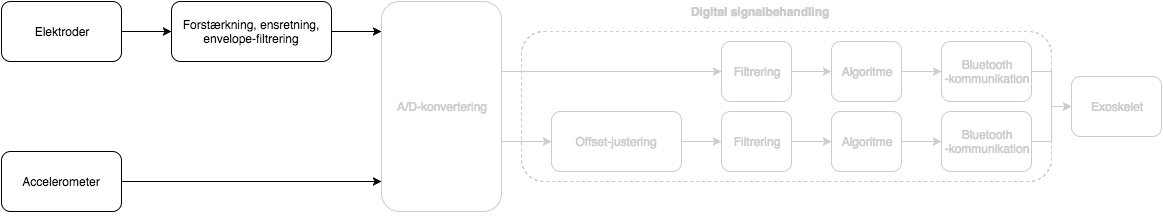
The draw.io diagram figures/implementering/Blokdiagram_analog.png in mariakroustrup/ST4, before a commit. Source tidied: cells renumbered, new cells last; positions are measured from the earlier drawing's top-left corner, leaving out a move shared by most shapes.
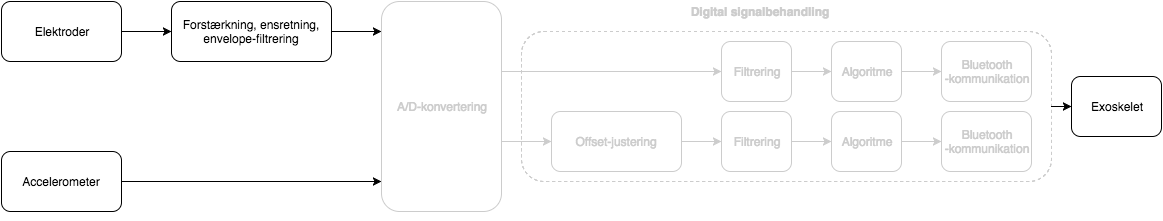
After the commit.

What changed in the source:
```diff
@@ -72,13 +72,15 @@
     <mxCell id="20" value="&lt;span&gt;&lt;font color=&quot;#cccccc&quot;&gt;Algoritme&lt;/font&gt;&lt;/span&gt;" style="rounded=1;whiteSpace=wrap;html=1;strokeColor=#CCCCCC;" parent="1" vertex="1">
       <mxGeometry x="830" y="110" width="70" height="60" as="geometry" />
     </mxCell>
-    <mxCell id="21" style="edgeStyle=orthogonalEdgeStyle;rounded=0;html=1;exitX=1;exitY=0.5;entryX=0;entryY=0.5;jettySize=auto;strokeColor=#CCCCCC;" parent="1" edge="1" source="22" target="23">
-      <mxGeometry relative="1" as="geometry" />
+    <mxCell id="21" style="edgeStyle=orthogonalEdgeStyle;rounded=0;html=1;entryX=0;entryY=0.5;jettySize=auto;strokeColor=#CCCCCC;" parent="1" edge="1" target="23">
+      <mxGeometry relative="1" as="geometry">
+        <mxPoint x="1050" y="105" as="sourcePoint" />
+      </mxGeometry>
     </mxCell>
     <mxCell id="22" value="&lt;font color=&quot;#cccccc&quot;&gt;&lt;span&gt;Bluetooth&lt;/span&gt;&lt;br&gt;&lt;span&gt;-kommunikation&lt;/span&gt;&lt;/font&gt;" style="rounded=1;whiteSpace=wrap;html=1;strokeColor=#CCCCCC;" parent="1" vertex="1">
       <mxGeometry x="940" y="110" width="90" height="60" as="geometry" />
     </mxCell>
-    <mxCell id="23" value="&lt;font color=&quot;#cccccc&quot;&gt;Exoskelet&lt;/font&gt;" style="rounded=1;whiteSpace=wrap;html=1;strokeColor=#CCCCCC;" parent="1" vertex="1">
+    <mxCell id="23" value="Exoskelet" style="rounded=1;whiteSpace=wrap;html=1;strokeColor=#000000;" parent="1" vertex="1">
       <mxGeometry x="1070" y="75" width="90" height="60" as="geometry" />
     </mxCell>
     <mxCell id="24" style="edgeStyle=orthogonalEdgeStyle;rounded=0;html=1;exitX=1;exitY=0.5;entryX=0;entryY=0.5;jettySize=auto;strokeColor=#CCCCCC;" parent="1" edge="1" source="25" target="27">
@@ -93,8 +95,10 @@
     <mxCell id="27" value="&lt;span&gt;&lt;font color=&quot;#cccccc&quot;&gt;Algoritme&lt;/font&gt;&lt;/span&gt;" style="rounded=1;whiteSpace=wrap;html=1;strokeColor=#CCCCCC;" parent="1" vertex="1">
       <mxGeometry x="830" y="40" width="70" height="60" as="geometry" />
     </mxCell>
-    <mxCell id="28" style="edgeStyle=orthogonalEdgeStyle;rounded=0;html=1;exitX=1;exitY=0.5;entryX=0;entryY=0.5;jettySize=auto;strokeColor=#CCCCCC;" parent="1" edge="1" source="29" target="23">
-      <mxGeometry relative="1" as="geometry" />
+    <mxCell id="28" style="edgeStyle=orthogonalEdgeStyle;rounded=0;html=1;entryX=0;entryY=0.5;jettySize=auto;strokeColor=#000000;" parent="1" edge="1" target="23">
+      <mxGeometry relative="1" as="geometry">
+        <mxPoint x="1050" y="105" as="sourcePoint" />
+      </mxGeometry>
     </mxCell>
     <mxCell id="29" value="&lt;font color=&quot;#cccccc&quot;&gt;&lt;span&gt;Bluetooth&lt;/span&gt;&lt;br&gt;&lt;span&gt;-kommunikation&lt;/span&gt;&lt;/font&gt;" style="rounded=1;whiteSpace=wrap;html=1;strokeColor=#CCCCCC;" parent="1" vertex="1">
       <mxGeometry x="940" y="40" width="90" height="60" as="geometry" />
```
